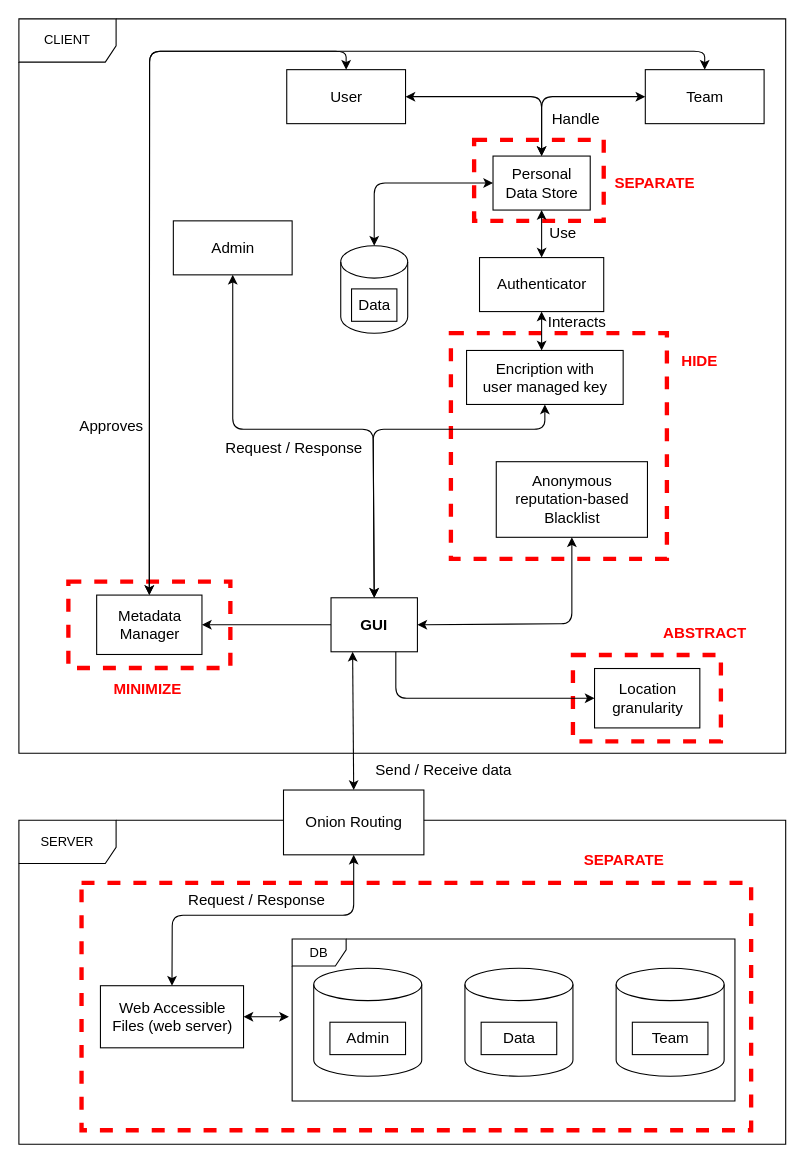
Earlier version of the draw.io diagram page "Data Oriented" (1 of 2) of Design diagrams.drawio (pegasusgio/Civic-Sense). Source tidied: cells renumbered, new cells numbered last; positions are measured from the earlier drawing's top-left corner, leaving out a move shared by most shapes. Both pictures are drawn from the tidied source at 108%, with x=0, y=0 at pixel (18, 18).
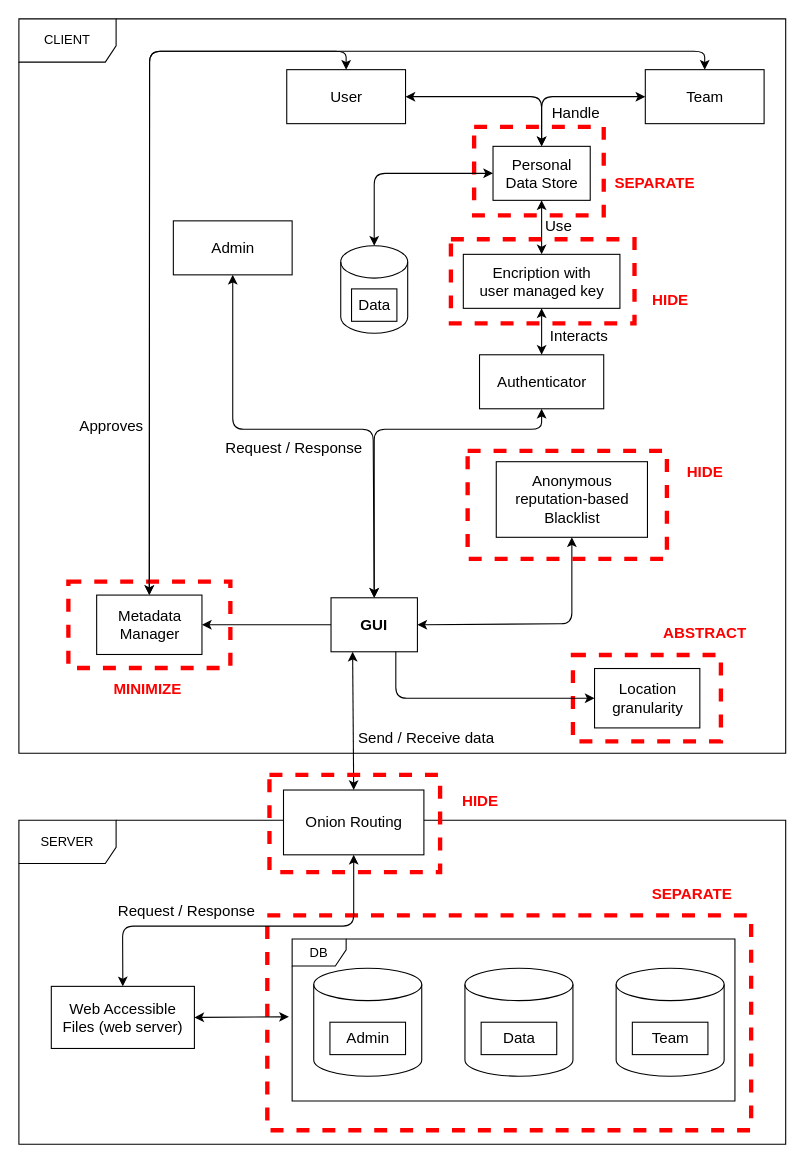
The same diagram, later.

Unchanged cells that the change refers to:
```xml
<mxCell id="10" value="&lt;font style=&quot;font-size: 14px&quot;&gt;Team&lt;/font&gt;" style="html=1;" parent="1" vertex="1">
  <mxGeometry x="580" y="47" width="110" height="50" as="geometry" />
</mxCell>
<mxCell id="21" value="&lt;font style=&quot;font-size: 14px&quot;&gt;&lt;b&gt;GUI&lt;/b&gt;&lt;/font&gt;" style="rounded=0;whiteSpace=wrap;html=1;" parent="1" vertex="1">
  <mxGeometry x="289" y="536" width="80" height="50" as="geometry" />
</mxCell>
<mxCell id="48" value="&lt;font style=&quot;font-size: 14px&quot;&gt;Onion Routing&lt;/font&gt;" style="html=1;" parent="1" vertex="1">
  <mxGeometry x="245" y="714" width="130" height="60" as="geometry" />
</mxCell>
<mxCell id="52" style="shape=cylinder3;whiteSpace=wrap;html=1;boundedLbl=1;backgroundOutline=1;size=15;" parent="1" vertex="1">
  <mxGeometry x="298" y="210" width="62" height="81" as="geometry" />
</mxCell>
```

The edit, as a diff of the source:
```diff
@@
+    <mxCell id="29" value="&lt;font style=&quot;font-size: 14px&quot;&gt;Encription with&lt;br&gt;user managed key&lt;/font&gt;" style="html=1;" parent="1" vertex="1">
+      <mxGeometry x="411.5" y="218" width="145" height="50" as="geometry" />
+    </mxCell>
+    <mxCell id="58" style="html=1;whiteSpace=wrap;fontSize=12;fontStyle=0;verticalAlign=top;align=center;dashed=1;spacingTop=3;strokeWidth=4;fillColor=none;strokeColor=#FF0000;" parent="1" vertex="1">
+      <mxGeometry x="400" y="204" width="170" height="78" as="geometry" />
+    </mxCell>
@@
     <mxCell id="6" style="html=1;whiteSpace=wrap;fontSize=12;fontStyle=0;verticalAlign=top;align=center;dashed=1;spacingTop=3;strokeWidth=4;fillColor=none;strokeColor=#FF0000;" parent="1" vertex="1">
-      <mxGeometry x="58" y="800" width="620" height="229" as="geometry" />
+      <mxGeometry x="230" y="830" width="448" height="199" as="geometry" />
     </mxCell>
-    <mxCell id="7" style="html=1;whiteSpace=wrap;fontSize=12;fontStyle=0;verticalAlign=top;align=center;dashed=1;spacingTop=3;strokeWidth=4;fillColor=none;strokeColor=#FF0000;" parent="1" vertex="1">
-      <mxGeometry x="400" y="291" width="200" height="209" as="geometry" />
-    </mxCell>
     <mxCell id="8" style="html=1;whiteSpace=wrap;fontSize=12;fontStyle=0;verticalAlign=top;align=center;dashed=1;spacingTop=3;strokeWidth=4;fillColor=none;strokeColor=#FF0000;" parent="1" vertex="1">
-      <mxGeometry x="421.5" y="112" width="120" height="75" as="geometry" />
+      <mxGeometry x="421.5" y="100" width="120" height="82" as="geometry" />
     </mxCell>
@@
     <mxCell id="16" value="&lt;font style=&quot;font-size: 14px&quot;&gt;Personal&lt;br&gt;Data Store&lt;/font&gt;" style="html=1;" parent="1" vertex="1">
-      <mxGeometry x="439" y="127" width="90" height="50" as="geometry" />
+      <mxGeometry x="439" y="118" width="90" height="50" as="geometry" />
     </mxCell>
     <mxCell id="17" value="&lt;font style=&quot;font-size: 14px&quot;&gt;Handle&lt;/font&gt;" style="text;html=1;strokeColor=none;fillColor=none;align=center;verticalAlign=middle;whiteSpace=wrap;rounded=0;" parent="1" vertex="1">
-      <mxGeometry x="496" y="83" width="40" height="20" as="geometry" />
+      <mxGeometry x="496" y="77" width="40" height="20" as="geometry" />
     </mxCell>
@@
     <mxCell id="22" value="&lt;font style=&quot;font-size: 14px&quot;&gt;Use&lt;/font&gt;" style="text;html=1;strokeColor=none;fillColor=none;align=center;verticalAlign=middle;whiteSpace=wrap;rounded=0;" parent="1" vertex="1">
-      <mxGeometry x="484" y="188" width="40" height="20" as="geometry" />
+      <mxGeometry x="480" y="182" width="40" height="20" as="geometry" />
     </mxCell>
@@
     <mxCell id="24" value="&lt;span style=&quot;font-size: 14px&quot;&gt;Authenticator&lt;/span&gt;" style="html=1;" parent="1" vertex="1">
-      <mxGeometry x="426.5" y="221" width="115" height="50" as="geometry" />
+      <mxGeometry x="426.5" y="311" width="115" height="50" as="geometry" />
     </mxCell>
     <mxCell id="25" value="&lt;font style=&quot;font-size: 14px&quot;&gt;Interacts&lt;/font&gt;" style="text;html=1;strokeColor=none;fillColor=none;align=center;verticalAlign=middle;whiteSpace=wrap;rounded=0;" parent="1" vertex="1">
-      <mxGeometry x="476.5" y="271" width="80" height="20" as="geometry" />
+      <mxGeometry x="479" y="284" width="80" height="20" as="geometry" />
     </mxCell>
     <mxCell id="26" value="&lt;font color=&quot;#ff0000&quot; size=&quot;1&quot;&gt;&lt;b style=&quot;font-size: 14px&quot;&gt;HIDE&lt;/b&gt;&lt;/font&gt;" style="text;html=1;strokeColor=none;fillColor=none;align=center;verticalAlign=middle;whiteSpace=wrap;rounded=0;dashed=1;" parent="1" vertex="1">
-      <mxGeometry x="603" y="307" width="55" height="20" as="geometry" />
+      <mxGeometry x="575.5" y="250" width="55" height="20" as="geometry" />
     </mxCell>
@@
-    <mxCell id="29" value="&lt;font style=&quot;font-size: 14px&quot;&gt;Encription with&lt;br&gt;user managed key&lt;/font&gt;" style="html=1;" parent="1" vertex="1">
-      <mxGeometry x="414.5" y="307" width="145" height="50" as="geometry" />
-    </mxCell>
@@
     <mxCell id="34" value="&lt;span style=&quot;font-size: 14px&quot;&gt;Web Accessible&lt;br&gt;Files (web server)&lt;br&gt;&lt;/span&gt;" style="html=1;" parent="1" vertex="1">
-      <mxGeometry x="75.5" y="895.2" width="132.5" height="57.5" as="geometry" />
+      <mxGeometry x="30" y="895.8" width="132.5" height="57.5" as="geometry" />
     </mxCell>
@@
     <mxCell id="36" value="&lt;font color=&quot;#ff0000&quot; size=&quot;1&quot;&gt;&lt;b style=&quot;font-size: 14px&quot;&gt;SEPARATE&lt;/b&gt;&lt;/font&gt;" style="text;html=1;strokeColor=none;fillColor=none;align=center;verticalAlign=middle;whiteSpace=wrap;rounded=0;dashed=1;" parent="1" vertex="1">
-      <mxGeometry x="513" y="769" width="95" height="20" as="geometry" />
+      <mxGeometry x="575.5" y="800" width="95" height="20" as="geometry" />
     </mxCell>
@@
     <mxCell id="43" value="&lt;font style=&quot;font-size: 14px&quot;&gt;Send / Receive data&lt;/font&gt;" style="text;html=1;strokeColor=none;fillColor=none;align=center;verticalAlign=middle;whiteSpace=wrap;rounded=0;" parent="1" vertex="1">
-      <mxGeometry x="315.5" y="686" width="155" height="20" as="geometry" />
+      <mxGeometry x="299.5" y="656" width="155" height="20" as="geometry" />
     </mxCell>
@@
-    <mxCell id="45" style="endArrow=classic;startArrow=classic;html=1;exitX=0;exitY=0.5;exitDx=0;exitDy=0;" parent="1" edge="1" source="10">
+    <mxCell id="45" style="endArrow=classic;startArrow=classic;html=1;exitX=0;exitY=0.5;exitDx=0;exitDy=0;entryX=0.5;entryY=0;entryDx=0;entryDy=0;" parent="1" edge="1" source="10" target="16">
       <mxGeometry relative="1" as="geometry">
-        <mxPoint x="484" y="127" as="targetPoint" />
         <Array as="points">
           <mxPoint x="484" y="72" />
         </Array>
       </mxGeometry>
     </mxCell>
-    <mxCell id="46" style="endArrow=classic;startArrow=classic;html=1;entryX=0.5;entryY=1;entryDx=0;entryDy=0;exitX=0.5;exitY=0;exitDx=0;exitDy=0;" parent="1" edge="1" source="24" target="16">
-      <mxGeometry relative="1" as="geometry" />
-    </mxCell>
-    <mxCell id="47" style="endArrow=classic;startArrow=classic;html=1;entryX=0.5;entryY=1;entryDx=0;entryDy=0;exitX=0.5;exitY=0;exitDx=0;exitDy=0;" parent="1" edge="1" target="24">
-      <mxGeometry relative="1" as="geometry">
-        <mxPoint x="484" y="307" as="sourcePoint" />
-      </mxGeometry>
-    </mxCell>
@@
-    <mxCell id="51" style="endArrow=classic;startArrow=classic;html=1;entryX=0.5;entryY=1;entryDx=0;entryDy=0;exitX=0.5;exitY=0;exitDx=0;exitDy=0;" parent="1" edge="1" source="21" target="29">
-      <mxGeometry relative="1" as="geometry">
-        <Array as="points">
-          <mxPoint x="328" y="380" />
-          <mxPoint x="487" y="380" />
-        </Array>
-      </mxGeometry>
-    </mxCell>
@@
     <mxCell id="53" style="endArrow=classic;startArrow=classic;html=1;entryX=0;entryY=0.5;entryDx=0;entryDy=0;exitX=0.5;exitY=0;exitDx=0;exitDy=0;exitPerimeter=0;" parent="1" edge="1" source="52" target="16">
       <mxGeometry relative="1" as="geometry">
         <Array as="points">
-          <mxPoint x="329" y="152" />
+          <mxPoint x="329" y="143" />
         </Array>
       </mxGeometry>
     </mxCell>
@@
     <mxCell id="56" style="endArrow=classic;startArrow=classic;html=1;entryX=0.5;entryY=1;entryDx=0;entryDy=0;exitX=0.5;exitY=0;exitDx=0;exitDy=0;" parent="1" edge="1" source="34" target="48">
       <mxGeometry relative="1" as="geometry">
         <Array as="points">
-          <mxPoint x="142" y="830" />
-          <mxPoint x="310" y="830" />
+          <mxPoint x="96" y="840" />
+          <mxPoint x="310" y="840" />
         </Array>
       </mxGeometry>
     </mxCell>
     <mxCell id="57" value="&lt;font style=&quot;font-size: 14px&quot;&gt;Request / Response&lt;/font&gt;" style="text;html=1;strokeColor=none;fillColor=none;align=center;verticalAlign=middle;whiteSpace=wrap;rounded=0;" parent="1" vertex="1">
-      <mxGeometry x="143" y="806" width="155" height="20" as="geometry" />
+      <mxGeometry x="78" y="816" width="155" height="20" as="geometry" />
     </mxCell>
+    <mxCell id="59" style="html=1;whiteSpace=wrap;fontSize=12;fontStyle=0;verticalAlign=top;align=center;dashed=1;spacingTop=3;strokeWidth=4;fillColor=none;strokeColor=#FF0000;" parent="1" vertex="1">
+      <mxGeometry x="232" y="700" width="158" height="90" as="geometry" />
+    </mxCell>
+    <mxCell id="60" value="&lt;font color=&quot;#ff0000&quot; size=&quot;1&quot;&gt;&lt;b style=&quot;font-size: 14px&quot;&gt;HIDE&lt;/b&gt;&lt;/font&gt;" style="text;html=1;strokeColor=none;fillColor=none;align=center;verticalAlign=middle;whiteSpace=wrap;rounded=0;dashed=1;" parent="1" vertex="1">
+      <mxGeometry x="400" y="714" width="55" height="20" as="geometry" />
+    </mxCell>
+    <mxCell id="61" style="endArrow=classic;startArrow=classic;html=1;exitX=0.5;exitY=0;exitDx=0;exitDy=0;entryX=0.5;entryY=1;entryDx=0;entryDy=0;" parent="1" edge="1" source="21" target="24">
+      <mxGeometry relative="1" as="geometry">
+        <Array as="points">
+          <mxPoint x="329" y="380" />
+          <mxPoint x="484" y="380" />
+        </Array>
+      </mxGeometry>
+    </mxCell>
+    <mxCell id="62" style="endArrow=classic;startArrow=classic;html=1;entryX=0.5;entryY=1;entryDx=0;entryDy=0;exitX=0.5;exitY=0;exitDx=0;exitDy=0;" parent="1" edge="1" source="24" target="29">
+      <mxGeometry relative="1" as="geometry" />
+    </mxCell>
+    <mxCell id="63" style="endArrow=classic;startArrow=classic;html=1;entryX=0.5;entryY=1;entryDx=0;entryDy=0;exitX=0.5;exitY=0;exitDx=0;exitDy=0;" parent="1" edge="1" source="29" target="16">
+      <mxGeometry relative="1" as="geometry" />
+    </mxCell>
+    <mxCell id="64" style="html=1;whiteSpace=wrap;fontSize=12;fontStyle=0;verticalAlign=top;align=center;dashed=1;spacingTop=3;strokeWidth=4;fillColor=none;strokeColor=#FF0000;" parent="1" vertex="1">
+      <mxGeometry x="415.5" y="400" width="184.5" height="100" as="geometry" />
+    </mxCell>
+    <mxCell id="65" value="&lt;font color=&quot;#ff0000&quot; size=&quot;1&quot;&gt;&lt;b style=&quot;font-size: 14px&quot;&gt;HIDE&lt;/b&gt;&lt;/font&gt;" style="text;html=1;strokeColor=none;fillColor=none;align=center;verticalAlign=middle;whiteSpace=wrap;rounded=0;dashed=1;" parent="1" vertex="1">
+      <mxGeometry x="608" y="410" width="55" height="20" as="geometry" />
+    </mxCell>
```
